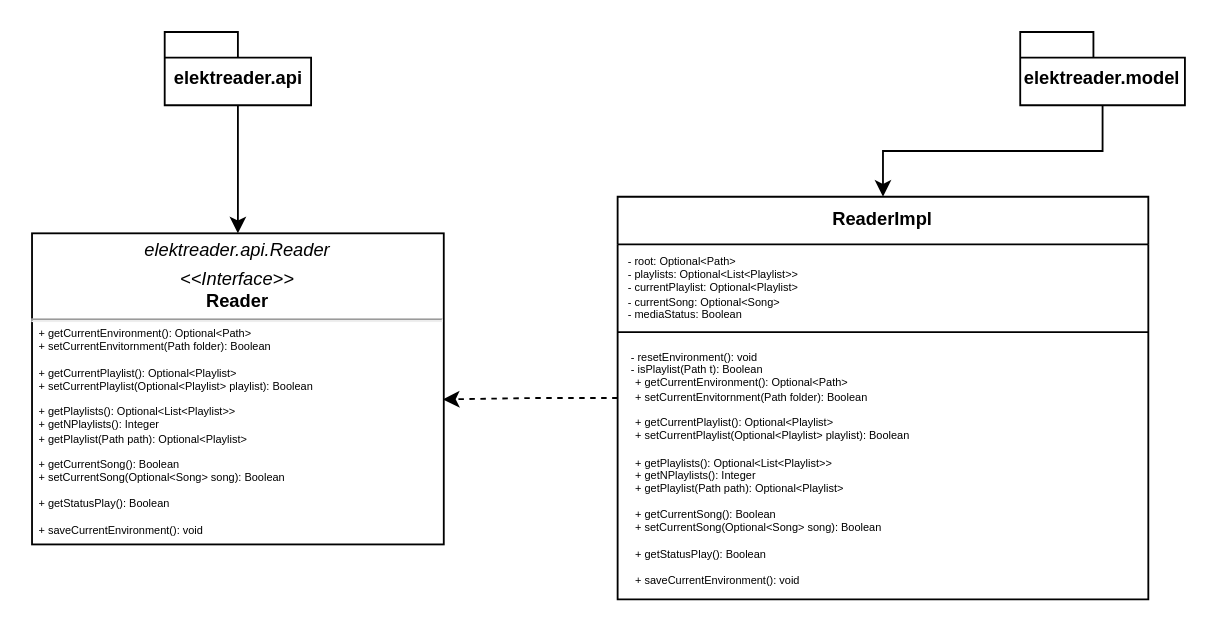
The draw.io diagram UMLDiagram.drawio in pallax03/OOP23-ElektReader, before the edit. Source tidied: cells renumbered, new cells numbered last; positions are measured from the earlier drawing's top-left corner, leaving out a move shared by most shapes. Both pictures are drawn from the tidied source at 183%, with x=0, y=0 at pixel (31, 31).
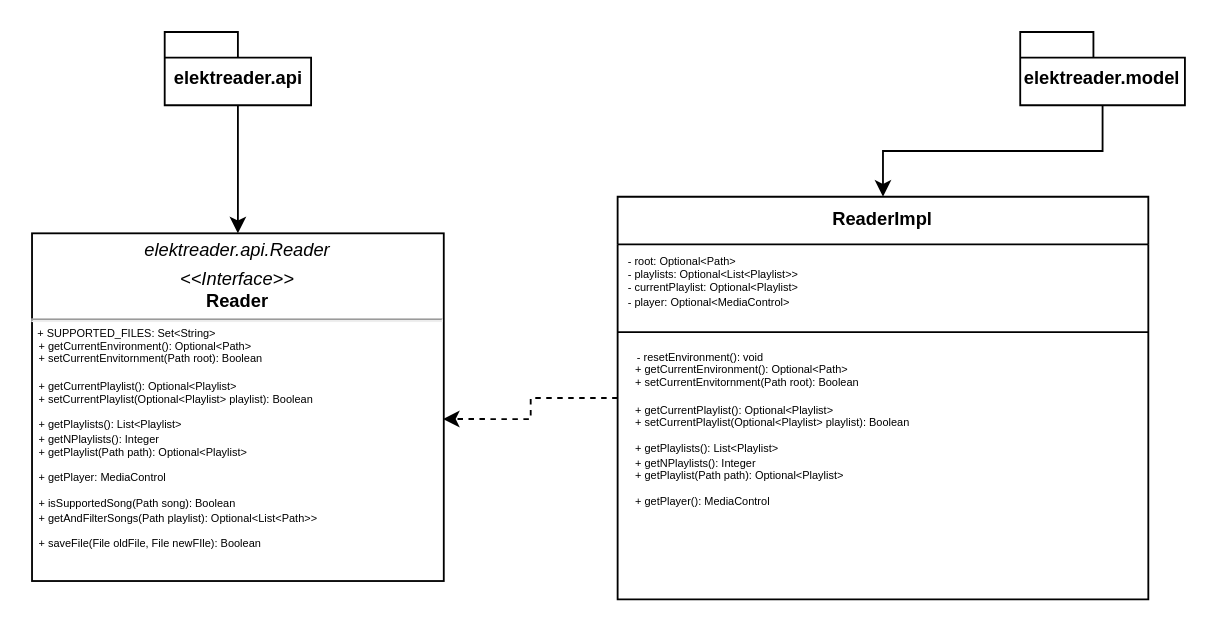
After the change.

Commit message:
update reader uml

Diff of the diagram source:
```diff
@@
 <mxGraphModel>
   <root>
     <mxCell id="0" />
     <mxCell id="1" parent="0" />
-    <mxCell id="2" value="&lt;p style=&quot;margin: 4px 0px 0px; text-align: center; font-size: 10px;&quot;&gt;&lt;i style=&quot;&quot;&gt;&lt;font style=&quot;font-size: 10px;&quot;&gt;elektreader.api.Reader&lt;/font&gt;&lt;/i&gt;&lt;/p&gt;&lt;p style=&quot;margin: 4px 0px 0px; text-align: center; font-size: 10px;&quot;&gt;&lt;font style=&quot;font-size: 10px;&quot;&gt;&lt;i style=&quot;&quot;&gt;&amp;lt;&amp;lt;Interface&amp;gt;&amp;gt;&lt;/i&gt;&lt;br style=&quot;&quot;&gt;&lt;b style=&quot;&quot;&gt;Reader&lt;/b&gt;&lt;/font&gt;&lt;/p&gt;&lt;hr style=&quot;font-size: 6px;&quot;&gt;&lt;p style=&quot;margin: 0px 0px 0px 4px; font-size: 6px;&quot;&gt;&lt;span style=&quot;background-color: initial; font-size: 6px;&quot;&gt;+ getCurrentEnvironment(): Optional&amp;lt;Path&amp;gt;&lt;/span&gt;&lt;br style=&quot;font-size: 6px;&quot;&gt;&lt;/p&gt;&lt;p style=&quot;margin: 0px 0px 0px 4px; font-size: 6px;&quot;&gt;+ setCurrentEnvitornment(Path folder): Boolean&lt;/p&gt;&lt;p style=&quot;margin: 0px 0px 0px 4px; font-size: 6px;&quot;&gt;&lt;span style=&quot;background-color: initial; font-size: 6px;&quot;&gt;&lt;br style=&quot;font-size: 6px;&quot;&gt;&lt;/span&gt;&lt;/p&gt;&lt;p style=&quot;margin: 0px 0px 0px 4px; font-size: 6px;&quot;&gt;+ getCurrentPlaylist(): Optional&amp;lt;Playlist&amp;gt;&lt;span style=&quot;background-color: initial; font-size: 6px;&quot;&gt;&lt;br style=&quot;font-size: 6px;&quot;&gt;&lt;/span&gt;&lt;/p&gt;&lt;p style=&quot;margin: 0px 0px 0px 4px; font-size: 6px;&quot;&gt;&lt;span style=&quot;background-color: initial; font-size: 6px;&quot;&gt;+ setCurrentPlaylist(Optional&amp;lt;Playlist&amp;gt; playlist): Boolean&lt;/span&gt;&lt;/p&gt;&lt;p style=&quot;margin: 0px 0px 0px 4px; font-size: 6px;&quot;&gt;&lt;br style=&quot;font-size: 6px;&quot;&gt;&lt;/p&gt;&lt;p style=&quot;margin: 0px 0px 0px 4px; font-size: 6px;&quot;&gt;+ getPlaylists(): Optional&amp;lt;List&amp;lt;Playlist&amp;gt;&amp;gt;&lt;span style=&quot;background-color: initial; font-size: 6px;&quot;&gt;&lt;br style=&quot;font-size: 6px;&quot;&gt;&lt;/span&gt;&lt;/p&gt;&lt;p style=&quot;margin: 0px 0px 0px 4px; font-size: 6px;&quot;&gt;+ getNPlaylists(): Integer&lt;/p&gt;&lt;p style=&quot;margin: 0px 0px 0px 4px; font-size: 6px;&quot;&gt;+ getPlaylist(Path path): Optional&amp;lt;Playlist&amp;gt;&lt;/p&gt;&lt;p style=&quot;margin: 0px 0px 0px 4px; font-size: 6px;&quot;&gt;&lt;br style=&quot;font-size: 6px;&quot;&gt;&lt;/p&gt;&lt;p style=&quot;margin: 0px 0px 0px 4px; font-size: 6px;&quot;&gt;+ getCurrentSong(): Boolean&lt;br style=&quot;font-size: 6px;&quot;&gt;&lt;/p&gt;&lt;p style=&quot;margin: 0px 0px 0px 4px; font-size: 6px;&quot;&gt;+ setCurrentSong(Optional&amp;lt;Song&amp;gt; song): Boolean&lt;/p&gt;&lt;p style=&quot;margin: 0px 0px 0px 4px; font-size: 6px;&quot;&gt;&lt;br style=&quot;font-size: 6px;&quot;&gt;&lt;/p&gt;&lt;p style=&quot;margin: 0px 0px 0px 4px; font-size: 6px;&quot;&gt;+ getStatusPlay(): Boolean&lt;/p&gt;&lt;p style=&quot;margin: 0px 0px 0px 4px; font-size: 6px;&quot;&gt;&lt;br style=&quot;font-size: 6px;&quot;&gt;&lt;/p&gt;&lt;p style=&quot;margin: 0px 0px 0px 4px; font-size: 6px;&quot;&gt;+ saveCurrentEnvironment(): void&lt;/p&gt;" style="verticalAlign=top;align=left;overflow=fill;fontSize=6;fontFamily=Helvetica;html=1;whiteSpace=wrap;" parent="1" vertex="1">
-      <mxGeometry y="110" width="225" height="170" as="geometry" />
+    <mxCell id="2" value="&lt;p style=&quot;margin: 4px 0px 0px; text-align: center; font-size: 10px;&quot;&gt;&lt;i style=&quot;&quot;&gt;&lt;font style=&quot;font-size: 10px;&quot;&gt;elektreader.api.Reader&lt;/font&gt;&lt;/i&gt;&lt;/p&gt;&lt;p style=&quot;margin: 4px 0px 0px; text-align: center; font-size: 10px;&quot;&gt;&lt;font style=&quot;font-size: 10px;&quot;&gt;&lt;i style=&quot;&quot;&gt;&amp;lt;&amp;lt;Interface&amp;gt;&amp;gt;&lt;/i&gt;&lt;br style=&quot;&quot;&gt;&lt;b style=&quot;&quot;&gt;Reader&lt;/b&gt;&lt;/font&gt;&lt;/p&gt;&lt;hr style=&quot;font-size: 6px;&quot;&gt;&amp;nbsp; + SUPPORTED_FILES: Set&amp;lt;String&amp;gt;&lt;br&gt;&lt;p style=&quot;margin: 0px 0px 0px 4px; font-size: 6px;&quot;&gt;&lt;span style=&quot;background-color: initial; font-size: 6px;&quot;&gt;+ getCurrentEnvironment(): Optional&amp;lt;Path&amp;gt;&lt;/span&gt;&lt;br style=&quot;font-size: 6px;&quot;&gt;&lt;/p&gt;&lt;p style=&quot;margin: 0px 0px 0px 4px; font-size: 6px;&quot;&gt;+ setCurrentEnvitornment(Path root): Boolean&lt;/p&gt;&lt;p style=&quot;margin: 0px 0px 0px 4px; font-size: 6px;&quot;&gt;&lt;span style=&quot;background-color: initial; font-size: 6px;&quot;&gt;&lt;br style=&quot;font-size: 6px;&quot;&gt;&lt;/span&gt;&lt;/p&gt;&lt;p style=&quot;margin: 0px 0px 0px 4px; font-size: 6px;&quot;&gt;+ getCurrentPlaylist(): Optional&amp;lt;Playlist&amp;gt;&lt;span style=&quot;background-color: initial; font-size: 6px;&quot;&gt;&lt;br style=&quot;font-size: 6px;&quot;&gt;&lt;/span&gt;&lt;/p&gt;&lt;p style=&quot;margin: 0px 0px 0px 4px; font-size: 6px;&quot;&gt;&lt;span style=&quot;background-color: initial; font-size: 6px;&quot;&gt;+ setCurrentPlaylist(Optional&amp;lt;Playlist&amp;gt; playlist): Boolean&lt;/span&gt;&lt;/p&gt;&lt;p style=&quot;margin: 0px 0px 0px 4px; font-size: 6px;&quot;&gt;&lt;br style=&quot;font-size: 6px;&quot;&gt;&lt;/p&gt;&lt;p style=&quot;margin: 0px 0px 0px 4px; font-size: 6px;&quot;&gt;+ getPlaylists(): List&amp;lt;Playlist&amp;gt;&lt;span style=&quot;background-color: initial; font-size: 6px;&quot;&gt;&lt;br style=&quot;font-size: 6px;&quot;&gt;&lt;/span&gt;&lt;/p&gt;&lt;p style=&quot;margin: 0px 0px 0px 4px; font-size: 6px;&quot;&gt;+ getNPlaylists(): Integer&lt;/p&gt;&lt;p style=&quot;margin: 0px 0px 0px 4px; font-size: 6px;&quot;&gt;+ getPlaylist(Path path): Optional&amp;lt;Playlist&amp;gt;&lt;/p&gt;&lt;p style=&quot;margin: 0px 0px 0px 4px; font-size: 6px;&quot;&gt;&lt;br style=&quot;font-size: 6px;&quot;&gt;&lt;/p&gt;&lt;p style=&quot;margin: 0px 0px 0px 4px; font-size: 6px;&quot;&gt;+ getPlayer: MediaControl&lt;/p&gt;&lt;p style=&quot;margin: 0px 0px 0px 4px; font-size: 6px;&quot;&gt;&lt;br style=&quot;font-size: 6px;&quot;&gt;&lt;/p&gt;&lt;p style=&quot;margin: 0px 0px 0px 4px; font-size: 6px;&quot;&gt;+ isSupportedSong(Path song): Boolean&lt;/p&gt;&lt;p style=&quot;margin: 0px 0px 0px 4px; font-size: 6px;&quot;&gt;+ getAndFilterSongs(Path playlist): Optional&amp;lt;List&amp;lt;Path&amp;gt;&amp;gt;&lt;/p&gt;&lt;p style=&quot;margin: 0px 0px 0px 4px; font-size: 6px;&quot;&gt;&lt;br&gt;&lt;/p&gt;&lt;p style=&quot;margin: 0px 0px 0px 4px; font-size: 6px;&quot;&gt;+ saveFile(File oldFile, File newFIle): Boolean&lt;/p&gt;" style="verticalAlign=top;align=left;overflow=fill;fontSize=6;fontFamily=Helvetica;html=1;whiteSpace=wrap;" parent="1" vertex="1">
+      <mxGeometry y="110" width="225" height="190" as="geometry" />
     </mxCell>
     <mxCell id="3" style="edgeStyle=orthogonalEdgeStyle;rounded=0;jettySize=auto;html=1;exitX=0.5;exitY=1;exitDx=0;exitDy=0;exitPerimeter=0;" parent="1" edge="1" source="4" target="2">
       <mxGeometry relative="1" as="geometry" />
     </mxCell>
     <mxCell id="4" value="elektreader.api" style="shape=folder;fontStyle=1;spacingTop=10;tabWidth=40;tabHeight=14;tabPosition=left;html=1;whiteSpace=wrap;fontSize=10;" parent="1" vertex="1">
       <mxGeometry x="72.5" width="80" height="40" as="geometry" />
     </mxCell>
     <mxCell id="5" style="edgeStyle=orthogonalEdgeStyle;rounded=0;jettySize=auto;html=1;exitX=0.5;exitY=1;exitDx=0;exitDy=0;exitPerimeter=0;entryX=0.5;entryY=0;entryDx=0;entryDy=0;" parent="1" edge="1" source="6" target="7">
       <mxGeometry relative="1" as="geometry" />
     </mxCell>
     <mxCell id="6" value="&lt;font style=&quot;font-size: 10px;&quot;&gt;elektreader.model&lt;/font&gt;" style="shape=folder;fontStyle=1;spacingTop=10;tabWidth=40;tabHeight=14;tabPosition=left;html=1;whiteSpace=wrap;fontSize=8;" parent="1" vertex="1">
       <mxGeometry x="540" width="90" height="40" as="geometry" />
     </mxCell>
     <mxCell id="7" value="&lt;font style=&quot;font-size: 10px;&quot;&gt;ReaderImpl&lt;/font&gt;" style="swimlane;fontStyle=1;align=center;verticalAlign=top;horizontal=1;startSize=26;whiteSpace=wrap;html=1;fontSize=6;" parent="1" vertex="1">
       <mxGeometry x="320" y="90" width="290" height="220" as="geometry" />
     </mxCell>
-    <mxCell id="8" value="- root: Optional&amp;lt;Path&amp;gt;&lt;br style=&quot;font-size: 6px;&quot;&gt;- playlists: Optional&amp;lt;List&amp;lt;Playlist&amp;gt;&amp;gt;&lt;br style=&quot;font-size: 6px;&quot;&gt;- currentPlaylist: Optional&amp;lt;Playlist&amp;gt;&lt;br style=&quot;font-size: 6px;&quot;&gt;- currentSong: Optional&amp;lt;Song&amp;gt;&lt;br style=&quot;font-size: 6px;&quot;&gt;- mediaStatus: Boolean" style="text;strokeColor=none;fillColor=none;align=left;verticalAlign=top;spacingLeft=4;spacingRight=4;overflow=hidden;whiteSpace=wrap;html=1;fontSize=6;" parent="7" vertex="1">
+    <mxCell id="8" value="- root: Optional&amp;lt;Path&amp;gt;&lt;br style=&quot;font-size: 6px;&quot;&gt;- playlists: Optional&amp;lt;List&amp;lt;Playlist&amp;gt;&amp;gt;&lt;br style=&quot;font-size: 6px;&quot;&gt;- currentPlaylist: Optional&amp;lt;Playlist&amp;gt;&lt;br style=&quot;font-size: 6px;&quot;&gt;- player: Optional&amp;lt;MediaControl&amp;gt;" style="text;strokeColor=none;fillColor=none;align=left;verticalAlign=top;spacingLeft=4;spacingRight=4;overflow=hidden;whiteSpace=wrap;html=1;fontSize=6;" parent="7" vertex="1">
       <mxGeometry y="26" width="290" height="44" as="geometry" />
     </mxCell>
     <mxCell id="9" style="line;strokeWidth=1;fillColor=none;align=left;verticalAlign=middle;spacingTop=-1;spacingLeft=3;spacingRight=3;labelPosition=right;strokeColor=inherit;fontSize=6;" parent="7" vertex="1">
       <mxGeometry y="70" width="290" height="8" as="geometry" />
     </mxCell>
-    <mxCell id="10" value="&amp;nbsp;- resetEnvironment(): void&lt;br style=&quot;font-size: 6px;&quot;&gt;&amp;nbsp;- isPlaylist(Path t): Boolean&lt;br style=&quot;font-size: 6px;&quot;&gt;&lt;p style=&quot;border-color: var(--border-color); font-size: 6px; margin: 0px 0px 0px 4px;&quot;&gt;+ getCurrentEnvironment(): Optional&amp;lt;Path&amp;gt;&lt;br style=&quot;border-color: var(--border-color); font-size: 6px;&quot;&gt;&lt;/p&gt;&lt;p style=&quot;border-color: var(--border-color); font-size: 6px; margin: 0px 0px 0px 4px;&quot;&gt;+ setCurrentEnvitornment(Path folder): Boolean&lt;/p&gt;&lt;p style=&quot;border-color: var(--border-color); font-size: 6px; margin: 0px 0px 0px 4px;&quot;&gt;&lt;br style=&quot;border-color: var(--border-color); font-size: 6px;&quot;&gt;&lt;/p&gt;&lt;p style=&quot;border-color: var(--border-color); font-size: 6px; margin: 0px 0px 0px 4px;&quot;&gt;+ getCurrentPlaylist(): Optional&amp;lt;Playlist&amp;gt;&lt;span style=&quot;border-color: var(--border-color); background-color: initial; font-size: 6px;&quot;&gt;&lt;br style=&quot;border-color: var(--border-color); font-size: 6px;&quot;&gt;&lt;/span&gt;&lt;/p&gt;&lt;p style=&quot;border-color: var(--border-color); font-size: 6px; margin: 0px 0px 0px 4px;&quot;&gt;&lt;span style=&quot;border-color: var(--border-color); background-color: initial; font-size: 6px;&quot;&gt;+ setCurrentPlaylist(Optional&amp;lt;Playlist&amp;gt; playlist): Boolean&lt;/span&gt;&lt;/p&gt;&lt;p style=&quot;border-color: var(--border-color); font-size: 6px; margin: 0px 0px 0px 4px;&quot;&gt;&lt;br style=&quot;border-color: var(--border-color); font-size: 6px;&quot;&gt;&lt;/p&gt;&lt;p style=&quot;border-color: var(--border-color); font-size: 6px; margin: 0px 0px 0px 4px;&quot;&gt;+ getPlaylists(): Optional&amp;lt;List&amp;lt;Playlist&amp;gt;&amp;gt;&lt;span style=&quot;border-color: var(--border-color); background-color: initial; font-size: 6px;&quot;&gt;&lt;br style=&quot;border-color: var(--border-color); font-size: 6px;&quot;&gt;&lt;/span&gt;&lt;/p&gt;&lt;p style=&quot;border-color: var(--border-color); font-size: 6px; margin: 0px 0px 0px 4px;&quot;&gt;+ getNPlaylists(): Integer&lt;/p&gt;&lt;p style=&quot;border-color: var(--border-color); font-size: 6px; margin: 0px 0px 0px 4px;&quot;&gt;+ getPlaylist(Path path): Optional&amp;lt;Playlist&amp;gt;&lt;/p&gt;&lt;p style=&quot;border-color: var(--border-color); font-size: 6px; margin: 0px 0px 0px 4px;&quot;&gt;&lt;br style=&quot;border-color: var(--border-color); font-size: 6px;&quot;&gt;&lt;/p&gt;&lt;p style=&quot;border-color: var(--border-color); font-size: 6px; margin: 0px 0px 0px 4px;&quot;&gt;+ getCurrentSong(): Boolean&lt;br style=&quot;border-color: var(--border-color); font-size: 6px;&quot;&gt;&lt;/p&gt;&lt;p style=&quot;border-color: var(--border-color); font-size: 6px; margin: 0px 0px 0px 4px;&quot;&gt;+ setCurrentSong(Optional&amp;lt;Song&amp;gt; song): Boolean&lt;/p&gt;&lt;p style=&quot;border-color: var(--border-color); font-size: 6px; margin: 0px 0px 0px 4px;&quot;&gt;&lt;br style=&quot;border-color: var(--border-color); font-size: 6px;&quot;&gt;&lt;/p&gt;&lt;p style=&quot;border-color: var(--border-color); font-size: 6px; margin: 0px 0px 0px 4px;&quot;&gt;+ getStatusPlay(): Boolean&lt;/p&gt;&lt;p style=&quot;border-color: var(--border-color); font-size: 6px; margin: 0px 0px 0px 4px;&quot;&gt;&lt;br style=&quot;border-color: var(--border-color); font-size: 6px;&quot;&gt;&lt;/p&gt;&lt;p style=&quot;border-color: var(--border-color); font-size: 6px; margin: 0px 0px 0px 4px;&quot;&gt;+ saveCurrentEnvironment(): void&lt;/p&gt;" style="text;strokeColor=none;fillColor=none;align=left;verticalAlign=top;spacingLeft=4;spacingRight=4;overflow=hidden;whiteSpace=wrap;html=1;fontSize=6;" parent="7" vertex="1">
+    <mxCell id="10" value="&amp;nbsp; &amp;nbsp;- resetEnvironment(): void&lt;br style=&quot;font-size: 6px;&quot;&gt;&lt;p style=&quot;border-color: var(--border-color); font-size: 6px; margin: 0px 0px 0px 4px;&quot;&gt;+ getCurrentEnvironment(): Optional&amp;lt;Path&amp;gt;&lt;br style=&quot;border-color: var(--border-color); font-size: 6px;&quot;&gt;&lt;/p&gt;&lt;p style=&quot;border-color: var(--border-color); font-size: 6px; margin: 0px 0px 0px 4px;&quot;&gt;+ setCurrentEnvitornment(Path root): Boolean&lt;/p&gt;&lt;p style=&quot;border-color: var(--border-color); font-size: 6px; margin: 0px 0px 0px 4px;&quot;&gt;&lt;br style=&quot;border-color: var(--border-color); font-size: 6px;&quot;&gt;&lt;/p&gt;&lt;p style=&quot;border-color: var(--border-color); font-size: 6px; margin: 0px 0px 0px 4px;&quot;&gt;+ getCurrentPlaylist(): Optional&amp;lt;Playlist&amp;gt;&lt;span style=&quot;border-color: var(--border-color); background-color: initial; font-size: 6px;&quot;&gt;&lt;br style=&quot;border-color: var(--border-color); font-size: 6px;&quot;&gt;&lt;/span&gt;&lt;/p&gt;&lt;p style=&quot;border-color: var(--border-color); font-size: 6px; margin: 0px 0px 0px 4px;&quot;&gt;&lt;span style=&quot;border-color: var(--border-color); background-color: initial; font-size: 6px;&quot;&gt;+ setCurrentPlaylist(Optional&amp;lt;Playlist&amp;gt; playlist): Boolean&lt;/span&gt;&lt;/p&gt;&lt;p style=&quot;border-color: var(--border-color); font-size: 6px; margin: 0px 0px 0px 4px;&quot;&gt;&lt;br style=&quot;border-color: var(--border-color); font-size: 6px;&quot;&gt;&lt;/p&gt;&lt;p style=&quot;border-color: var(--border-color); font-size: 6px; margin: 0px 0px 0px 4px;&quot;&gt;+ getPlaylists(): List&amp;lt;Playlist&amp;gt;&lt;span style=&quot;border-color: var(--border-color); background-color: initial; font-size: 6px;&quot;&gt;&lt;br style=&quot;border-color: var(--border-color); font-size: 6px;&quot;&gt;&lt;/span&gt;&lt;/p&gt;&lt;p style=&quot;border-color: var(--border-color); font-size: 6px; margin: 0px 0px 0px 4px;&quot;&gt;+ getNPlaylists(): Integer&lt;/p&gt;&lt;p style=&quot;border-color: var(--border-color); font-size: 6px; margin: 0px 0px 0px 4px;&quot;&gt;+ getPlaylist(Path path): Optional&amp;lt;Playlist&amp;gt;&lt;/p&gt;&lt;p style=&quot;border-color: var(--border-color); font-size: 6px; margin: 0px 0px 0px 4px;&quot;&gt;&lt;br style=&quot;border-color: var(--border-color); font-size: 6px;&quot;&gt;&lt;/p&gt;&lt;p style=&quot;border-color: var(--border-color); font-size: 6px; margin: 0px 0px 0px 4px;&quot;&gt;+ getPlayer(): MediaControl&lt;br&gt;&lt;/p&gt;" style="text;strokeColor=none;fillColor=none;align=left;verticalAlign=top;spacingLeft=4;spacingRight=4;overflow=hidden;whiteSpace=wrap;html=1;fontSize=6;" parent="7" vertex="1">
       <mxGeometry y="78" width="290" height="142" as="geometry" />
     </mxCell>
     <mxCell id="11" style="edgeStyle=orthogonalEdgeStyle;rounded=0;jettySize=auto;html=1;entryX=0.998;entryY=0.534;entryDx=0;entryDy=0;entryPerimeter=0;dashed=1;" parent="1" edge="1" source="7" target="2">
       <mxGeometry relative="1" as="geometry" />
     </mxCell>
   </root>
 </mxGraphModel>
```
